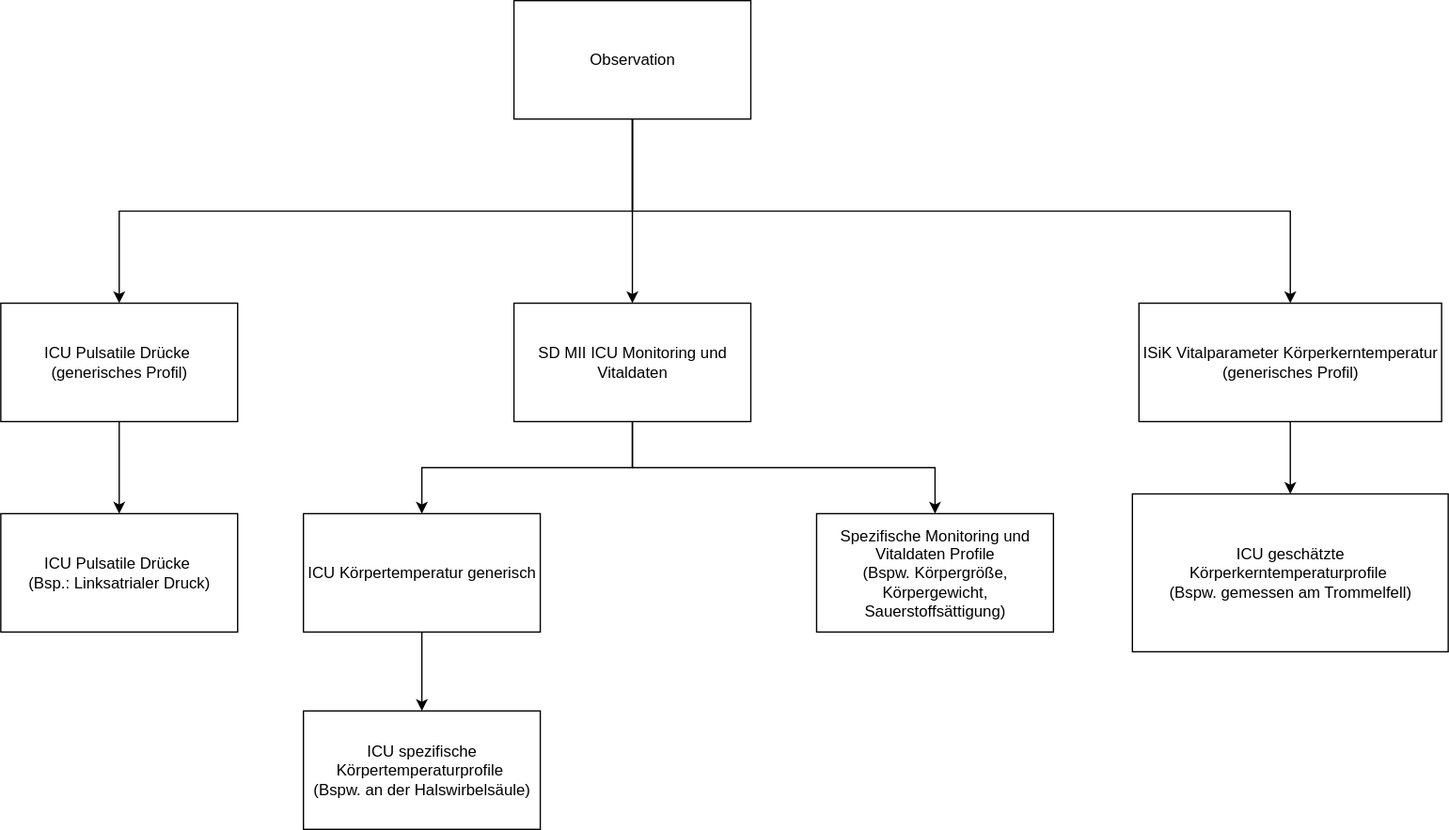
Above: Material/ICU/Ableitungshierarchie_vereinfacht_ICU.drawio.svg in gematik/spec-ISiK-Basismodul (draw.io), before the change. Source tidied: cells renumbered, new cells last; positions are measured from the earlier drawing's top-left corner, leaving out a move shared by most shapes.
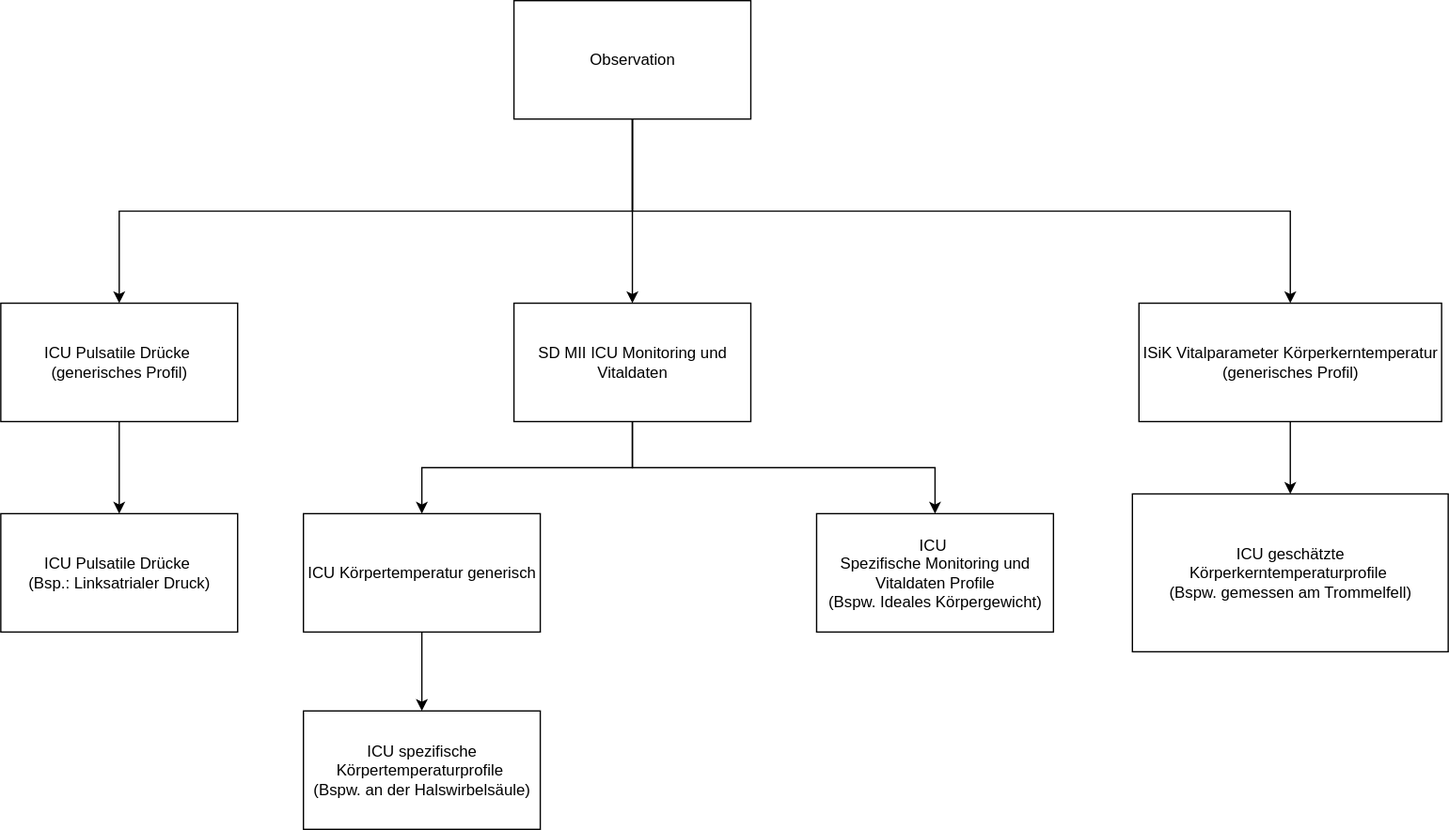
Later version of the same file.

Commit message:
Updated the diagrams for profile Inheritance (#893)

What changed in the source:
```diff
@@ -11,9 +11,9 @@
     <mxCell id="4" style="edgeStyle=orthogonalEdgeStyle;rounded=0;jettySize=auto;html=1;exitX=0.5;exitY=1;exitDx=0;exitDy=0;entryX=0.5;entryY=0;entryDx=0;entryDy=0;" parent="1" edge="1" source="6" target="16">
       <mxGeometry relative="1" as="geometry" />
     </mxCell>
-    <mxCell id="5" style="edgeStyle=orthogonalEdgeStyle;rounded=0;jettySize=auto;html=1;exitX=0.5;exitY=1;exitDx=0;exitDy=0;entryX=0.5;entryY=0;entryDx=0;entryDy=0;" parent="1" edge="1" source="6" target="17">
-      <mxGeometry relative="1" as="geometry" />
-    </mxCell>
+    <mxCell id="19" style="edgeStyle=orthogonalEdgeStyle;rounded=0;jettySize=auto;html=1;exitX=0.5;exitY=1;exitDx=0;exitDy=0;entryX=0.5;entryY=0;entryDx=0;entryDy=0;" parent="1" edge="1" source="6" target="20">
+      <mxGeometry relative="1" as="geometry" />
+    </mxCell>
     <mxCell id="6" value="SD MII ICU Monitoring und Vitaldaten" style="rounded=0;whiteSpace=wrap;html=1;" parent="1" vertex="1">
       <mxGeometry x="390" y="230" width="180" height="90" as="geometry" />
     </mxCell>
@@ -47,9 +47,9 @@
     <mxCell id="16" value="ICU Körpertemperatur generisch" style="rounded=0;whiteSpace=wrap;html=1;" parent="1" vertex="1">
       <mxGeometry x="230" y="390" width="180" height="90" as="geometry" />
     </mxCell>
-    <mxCell id="17" value="&lt;div&gt;Spezifische Monitoring und Vitaldaten Profile&lt;/div&gt;&lt;div&gt;(Bspw. Körpergröße, Körpergewicht, Sauerstoffsättigung)&lt;/div&gt;" style="rounded=0;whiteSpace=wrap;html=1;" parent="1" vertex="1">
-      <mxGeometry x="620" y="390" width="180" height="90" as="geometry" />
-    </mxCell>
+    <mxCell id="20" value="ICU&amp;nbsp;&lt;div&gt;Spezifische Monitoring und Vitaldaten Profile&lt;/div&gt;&lt;div&gt;(Bspw. Ideales Körpergewicht)&lt;/div&gt;" style="rounded=0;whiteSpace=wrap;html=1;" parent="1" vertex="1">
+      <mxGeometry x="620" y="390" width="180" height="90" as="geometry" />
+    </mxCell>
     <mxCell id="18" value="&lt;div&gt;ICU spezifische Körpertemperaturprofile&amp;nbsp;&lt;/div&gt;&lt;div&gt;(Bspw. an der Halswirbelsäule)&lt;/div&gt;" style="rounded=0;whiteSpace=wrap;html=1;" parent="1" vertex="1">
       <mxGeometry x="230" y="540" width="180" height="90" as="geometry" />
     </mxCell>
```
